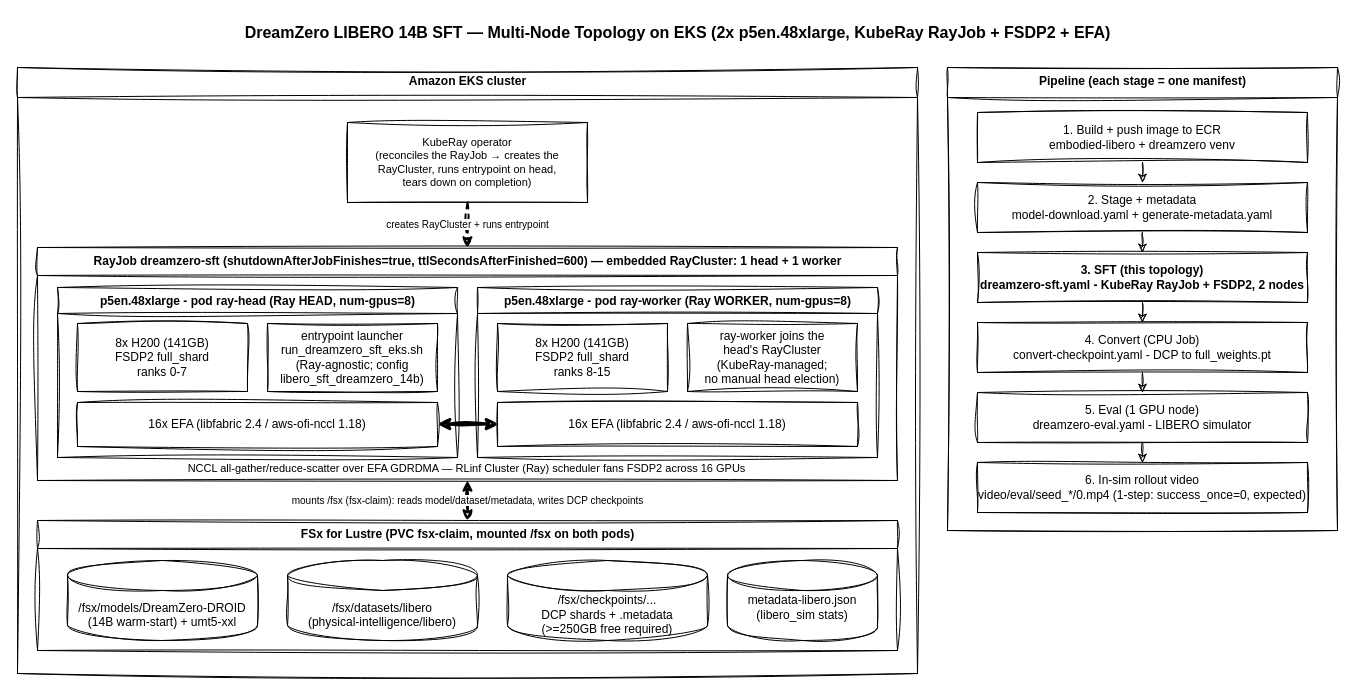
Above: examples/dreamzero/diagrams/infra-dreamzero-sft.drawio in aws-samples/sample-rlinf-on-eks (draw.io), before the change. Source tidied: cells renumbered, new cells numbered last; positions are measured from the earlier drawing's top-left corner, leaving out a move shared by most shapes. Both pictures are drawn from the tidied source at 100%, with x=0, y=0 at pixel (17, 17).
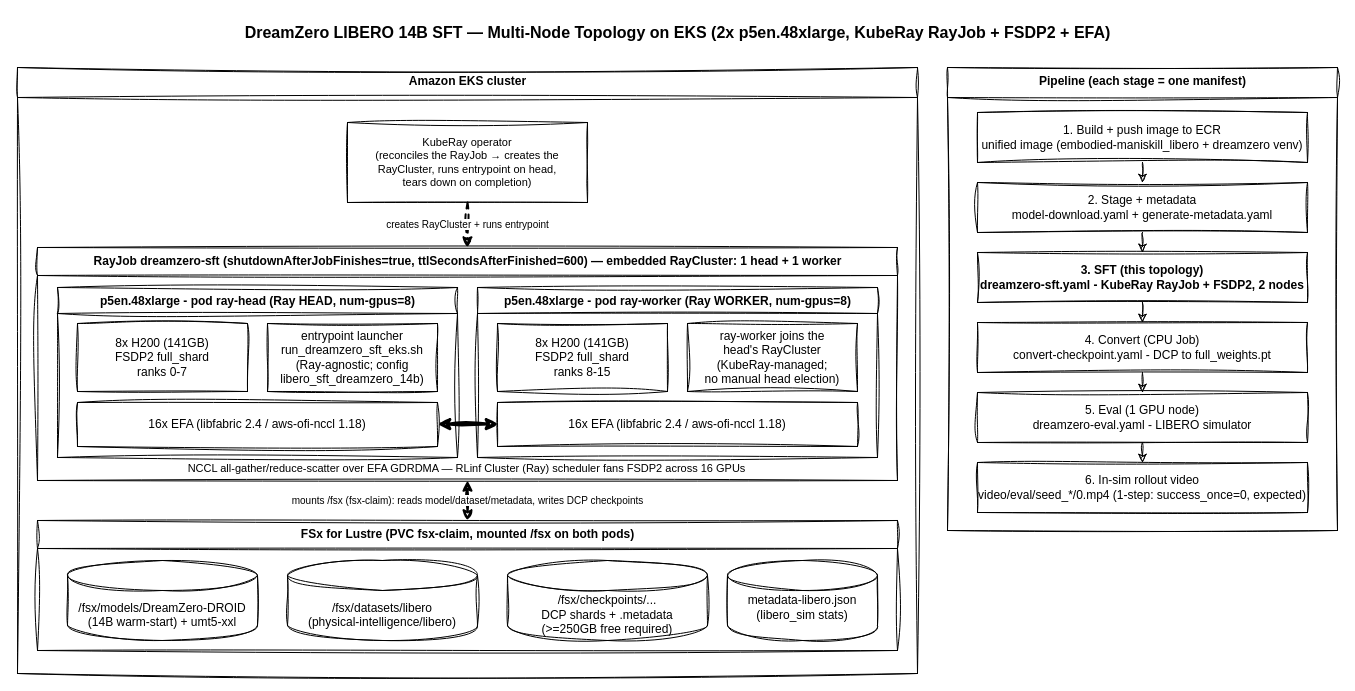
Above is the later version.

Commit message (it also covers changes not shown here):
chore: v0.3 bump + unified single-image + doc/diagram updates

Unchanged cells that the change refers to:
```xml
<mxCell id="22" value="Pipeline (each stage = one manifest)" style="swimlane;startSize=30;html=1;fontStyle=1;verticalAlign=top;labelBackgroundColor=none;rounded=0;sketch=1;curveFitting=1;jiggle=2;" parent="1" vertex="1">
  <mxGeometry x="930" y="50" width="390" height="463" as="geometry" />
</mxCell>
```

Diff of the diagram source:
```diff
@@
-    <mxCell id="23" value="1. Build + push image to ECR&#10;embodied-libero + dreamzero venv" style="rounded=0;whiteSpace=wrap;html=1;labelBackgroundColor=none;sketch=1;curveFitting=1;jiggle=2;" parent="22" vertex="1">
+    <mxCell id="23" value="1. Build + push image to ECR&#10;unified image (embodied-maniskill_libero + dreamzero venv)" style="rounded=0;whiteSpace=wrap;html=1;labelBackgroundColor=none;sketch=1;curveFitting=1;jiggle=2;" parent="22" vertex="1">
       <mxGeometry x="30" y="45" width="330" height="50" as="geometry" />
     </mxCell>
```
